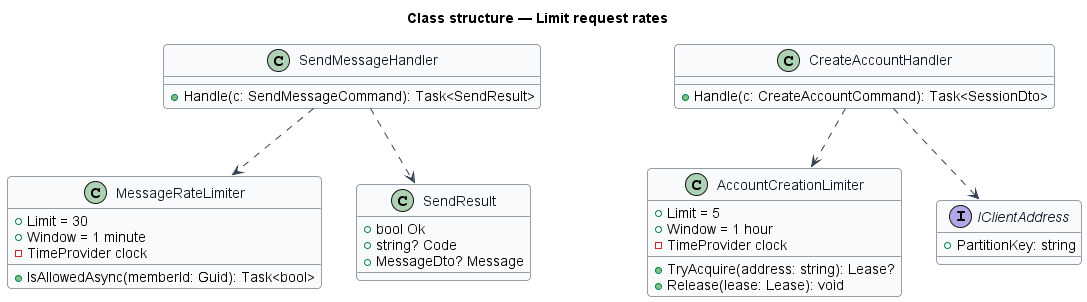
QuinntyneBrown/christian-fitness keeps this PlantUML diagram as docs/detailed-designs/security/limit-request-rates/diagrams/class.png. Above is the earlier version.
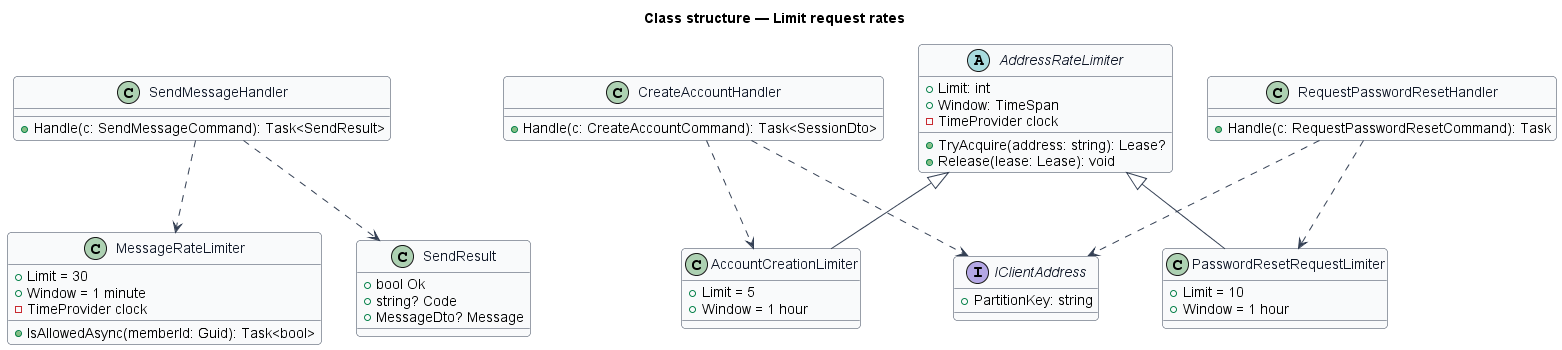
After the commit.

The edit, as a diff of the source:
```diff
@@ -25,13 +25,26 @@
   +string? Code
   +MessageDto? Message
 }
-class AccountCreationLimiter {
-  +Limit = 5
-  +Window = 1 hour
+abstract class AddressRateLimiter {
+  +Limit: int
+  +Window: TimeSpan
   -TimeProvider clock
   +TryAcquire(address: string): Lease?
   +Release(lease: Lease): void
 }
+class AccountCreationLimiter {
+  +Limit = 5
+  +Window = 1 hour
+}
+class PasswordResetRequestLimiter {
+  +Limit = 10
+  +Window = 1 hour
+}
+class RequestPasswordResetHandler {
+  +Handle(c: RequestPasswordResetCommand): Task
+}
+AddressRateLimiter <|-- AccountCreationLimiter
+AddressRateLimiter <|-- PasswordResetRequestLimiter
 interface IClientAddress {
   +PartitionKey: string
 }
@@ -42,4 +55,6 @@
 SendMessageHandler ..> SendResult
 CreateAccountHandler ..> AccountCreationLimiter
 CreateAccountHandler ..> IClientAddress
+RequestPasswordResetHandler ..> PasswordResetRequestLimiter
+RequestPasswordResetHandler ..> IClientAddress
 @enduml
```
